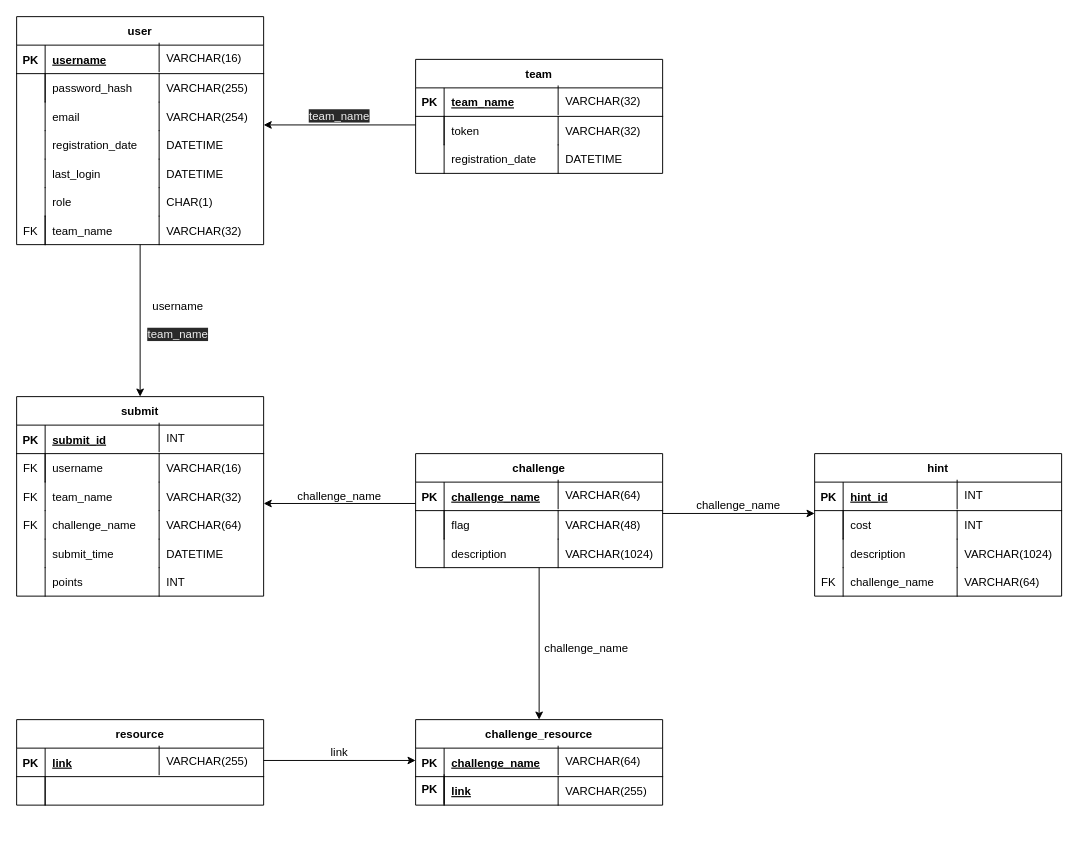
Before: db/schema_diagram.drawio in FeeeDz/H4ckUs4t1_CTF, a draw.io diagram. Source tidied: cells renumbered, new cells numbered last; positions are measured from the earlier drawing's top-left corner, leaving out a move shared by most shapes. Both pictures are drawn from the tidied source at 95%, with x=0, y=0 at pixel (16, 16).
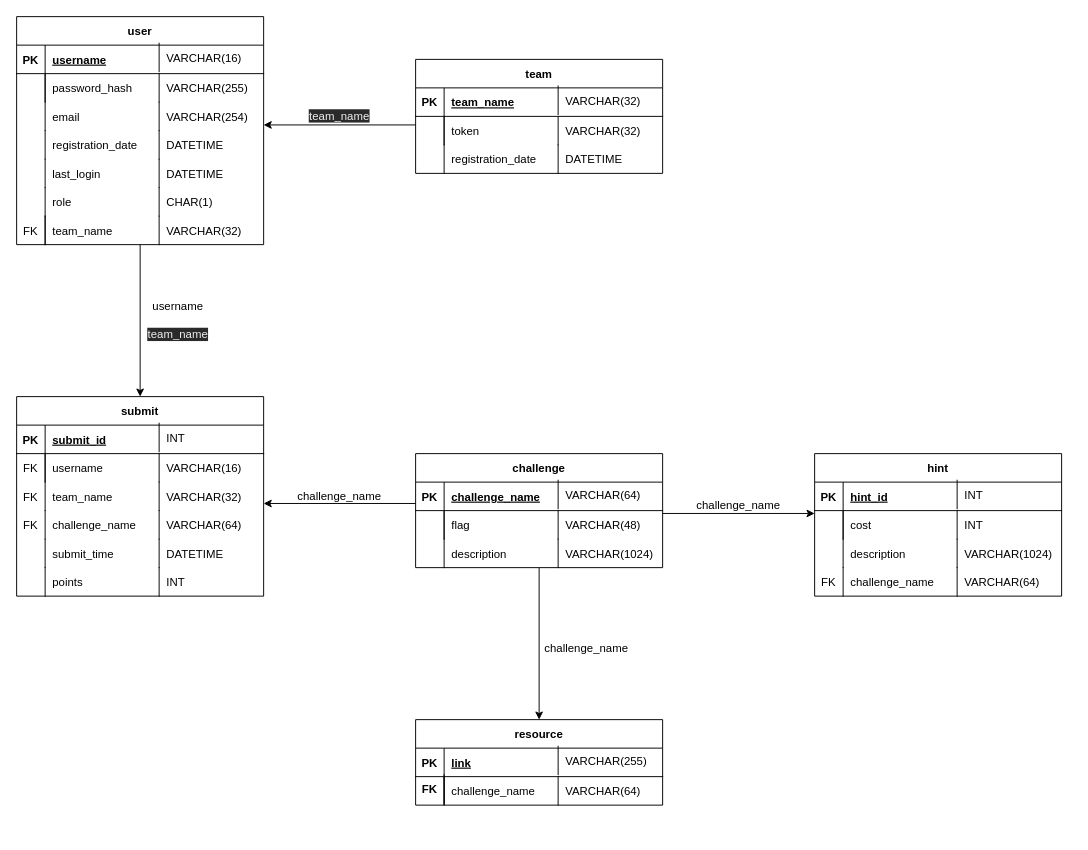
The same page after the edit.

Unchanged cells that the change refers to:
```xml
<mxCell id="109" style="shape=partialRectangle;fillColor=none;top=0;left=0;right=0;bottom=1;" parent="108" vertex="1">
  <mxGeometry y="30" width="260" height="30" as="geometry" />
</mxCell>
<mxCell id="112" style="shape=partialRectangle;fillColor=none;top=0;left=0;right=0;bottom=0;" parent="108" vertex="1">
  <mxGeometry y="60" width="260" height="30" as="geometry" />
</mxCell>
```

What changed in the source:
```diff
@@
-    <mxCell id="99" value="resource" style="shape=table;startSize=30;childLayout=tableLayout;rowLines=0;fontStyle=1;align=center;" parent="1" vertex="1">
-      <mxGeometry y="740" width="260" height="90" as="geometry" />
-    </mxCell>
-    <mxCell id="100" style="shape=partialRectangle;fillColor=none;top=0;left=0;right=0;bottom=1;" parent="99" vertex="1">
-      <mxGeometry y="30" width="260" height="30" as="geometry" />
-    </mxCell>
-    <mxCell id="101" value="PK" style="shape=partialRectangle;overflow=hidden;fillColor=none;top=0;left=0;bottom=0;right=0;fontStyle=1;" parent="100" vertex="1">
-      <mxGeometry width="30" height="30" as="geometry" />
-    </mxCell>
-    <mxCell id="102" value="link" style="shape=partialRectangle;overflow=hidden;fillColor=none;top=0;left=0;bottom=0;right=0;align=left;spacingLeft=6;fontStyle=5;" parent="100" vertex="1">
-      <mxGeometry x="30" width="230" height="30" as="geometry" />
-    </mxCell>
-    <mxCell id="103" style="shape=partialRectangle;fillColor=none;top=0;left=0;right=0;bottom=0;" parent="99" vertex="1">
-      <mxGeometry y="60" width="260" height="30" as="geometry" />
-    </mxCell>
-    <mxCell id="104" style="shape=partialRectangle;overflow=hidden;fillColor=none;top=0;left=0;bottom=0;right=1;" parent="103" vertex="1">
-      <mxGeometry width="30" height="30" as="geometry" />
-    </mxCell>
-    <mxCell id="105" style="shape=partialRectangle;overflow=hidden;fillColor=none;top=0;left=0;bottom=0;right=0;align=left;spacingLeft=6;" parent="103" vertex="1">
-      <mxGeometry x="30" width="230" height="30" as="geometry" />
-    </mxCell>
-    <mxCell id="106" value="VARCHAR(255)" style="shape=partialRectangle;overflow=hidden;fillColor=none;top=0;left=1;bottom=0;right=0;align=left;spacingLeft=6;" parent="1" vertex="1">
-      <mxGeometry x="150" y="768" width="110" height="30" as="geometry" />
-    </mxCell>
@@
-    <mxCell id="108" value="challenge_resource" style="shape=table;startSize=30;childLayout=tableLayout;rowLines=0;fontStyle=1;align=center;" parent="1" vertex="1">
+    <mxCell id="108" value="resource" style="shape=table;startSize=30;childLayout=tableLayout;rowLines=0;fontStyle=1;align=center;" parent="1" vertex="1">
       <mxGeometry x="420" y="740" width="260" height="90" as="geometry" />
     </mxCell>
@@
-    <mxCell id="111" value="challenge_name" style="shape=partialRectangle;overflow=hidden;fillColor=none;top=0;left=0;bottom=0;right=0;align=left;spacingLeft=6;fontStyle=5;" parent="109" vertex="1">
+    <mxCell id="111" value="link" style="shape=partialRectangle;overflow=hidden;fillColor=none;top=0;left=0;bottom=0;right=0;align=left;spacingLeft=6;fontStyle=5;" parent="109" vertex="1">
       <mxGeometry x="30" width="230" height="30" as="geometry" />
     </mxCell>
@@
-    <mxCell id="114" value="link" style="shape=partialRectangle;overflow=hidden;fillColor=none;top=0;left=0;bottom=0;right=0;align=left;spacingLeft=6;fontStyle=5;" parent="112" vertex="1">
+    <mxCell id="114" value="challenge_name" style="shape=partialRectangle;overflow=hidden;fillColor=none;top=0;left=0;bottom=0;right=0;align=left;spacingLeft=6;fontStyle=0;" parent="112" vertex="1">
       <mxGeometry x="30" width="230" height="30" as="geometry" />
     </mxCell>
@@
-    <mxCell id="116" value="VARCHAR(255)" style="shape=partialRectangle;overflow=hidden;fillColor=none;top=0;left=1;bottom=0;right=0;align=left;spacingLeft=6;" parent="1" vertex="1">
+    <mxCell id="116" value="VARCHAR(64)" style="shape=partialRectangle;overflow=hidden;fillColor=none;top=0;left=1;bottom=0;right=0;align=left;spacingLeft=6;" parent="1" vertex="1">
       <mxGeometry x="570" y="800" width="120" height="30" as="geometry" />
     </mxCell>
-    <mxCell id="117" value="VARCHAR(64)" style="shape=partialRectangle;overflow=hidden;fillColor=none;top=0;left=1;bottom=0;right=0;align=left;spacingLeft=6;" parent="1" vertex="1">
-      <mxGeometry x="570" y="768" width="90" height="30" as="geometry" />
+    <mxCell id="117" value="VARCHAR(255)" style="shape=partialRectangle;overflow=hidden;fillColor=none;top=0;left=1;bottom=0;right=0;align=left;spacingLeft=6;" parent="1" vertex="1">
+      <mxGeometry x="570" y="768" width="110" height="30" as="geometry" />
     </mxCell>
@@
-    <mxCell id="124" value="PK" style="shape=partialRectangle;overflow=hidden;fillColor=none;top=0;left=0;bottom=0;right=1;fontStyle=1;" parent="1" vertex="1">
+    <mxCell id="124" value="FK" style="shape=partialRectangle;overflow=hidden;fillColor=none;top=0;left=0;bottom=0;right=1;fontStyle=1;" parent="1" vertex="1">
       <mxGeometry x="420" y="798" width="30" height="30" as="geometry" />
     </mxCell>
@@
-    <mxCell id="127" style="endArrow=classic;html=1;rounded=0;" parent="1" edge="1">
-      <mxGeometry relative="1" as="geometry">
-        <mxPoint x="260" y="783" as="sourcePoint" />
-        <mxPoint x="420" y="783" as="targetPoint" />
-      </mxGeometry>
-    </mxCell>
-    <mxCell id="128" value="link" style="text;html=1;strokeColor=none;fillColor=none;align=center;verticalAlign=middle;whiteSpace=wrap;rounded=0;" parent="1" vertex="1">
-      <mxGeometry x="310" y="760" width="60" height="30" as="geometry" />
-    </mxCell>
```
